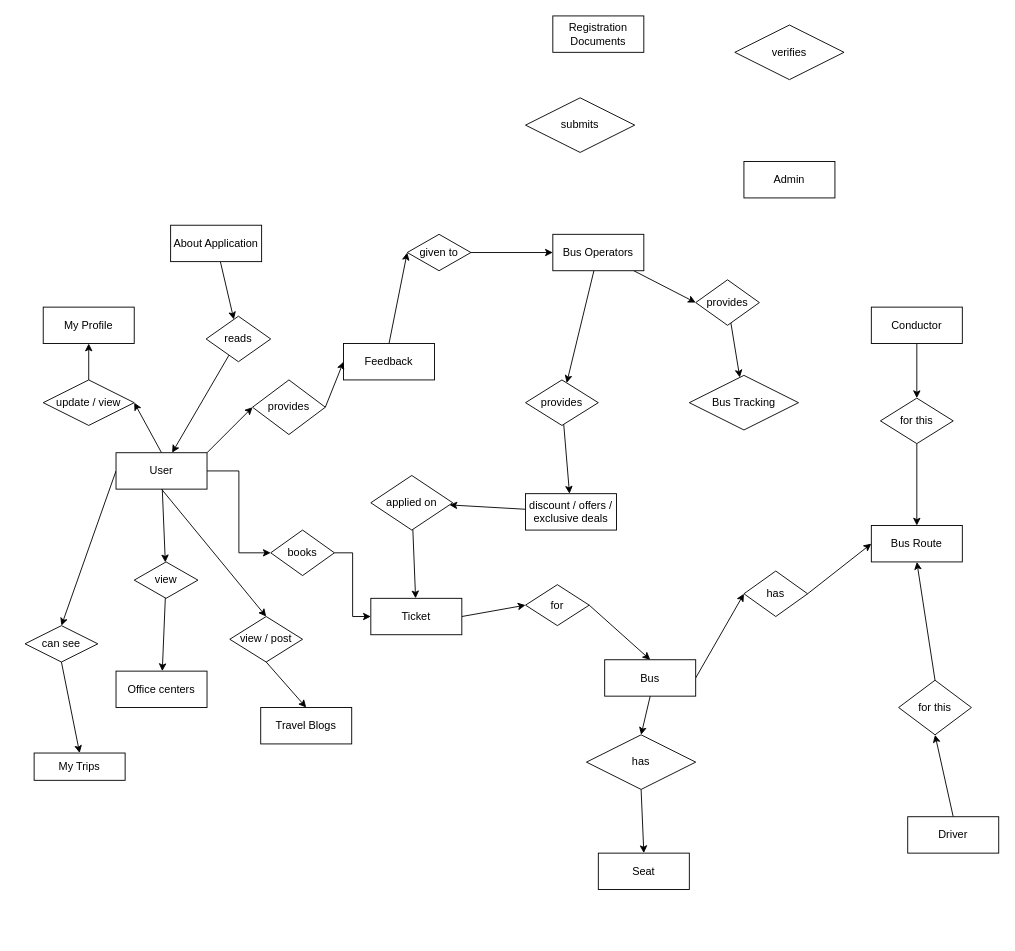
This is Assignment1B.drawio from ritu456286/DBMS, a draw.io file, before an edit. Source tidied: cells renumbered, new cells numbered last; positions are measured from the earlier drawing's top-left corner, leaving out a move shared by most shapes. Both pictures are drawn from the tidied source at 91%, with x=0, y=0 at pixel (25, 15).
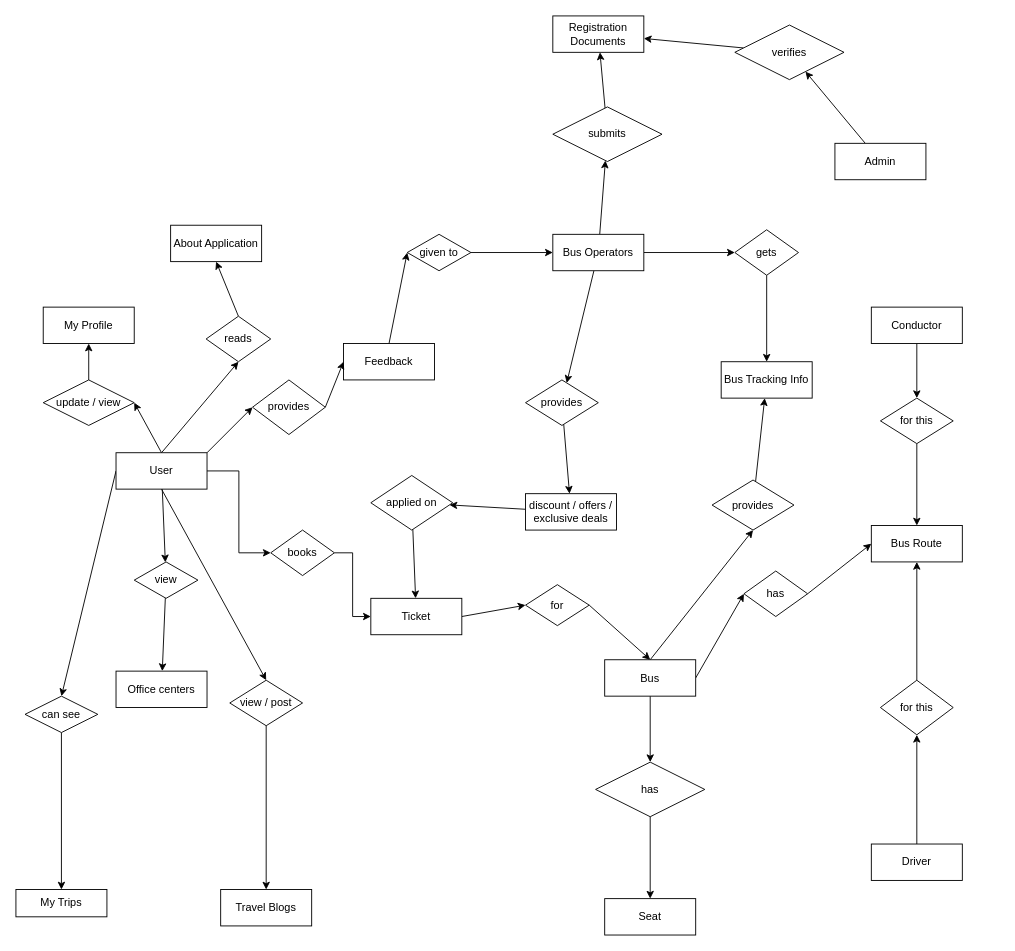
The same diagram, later.

Unchanged cells that the change refers to:
```xml
<mxCell id="8" value="User" style="whiteSpace=wrap;html=1;align=center;" parent="1" vertex="1">
  <mxGeometry x="100" y="480" width="100" height="40" as="geometry" />
</mxCell>
<mxCell id="13" value="About Application" style="whiteSpace=wrap;html=1;align=center;" parent="1" vertex="1">
  <mxGeometry x="160" y="230" width="100" height="40" as="geometry" />
</mxCell>
<mxCell id="18" value="Bus Operators" style="whiteSpace=wrap;html=1;align=center;" parent="1" vertex="1">
  <mxGeometry x="580" y="240" width="100" height="40" as="geometry" />
</mxCell>
<mxCell id="26" value="provides" style="shape=rhombus;perimeter=rhombusPerimeter;whiteSpace=wrap;html=1;align=center;" parent="1" vertex="1">
  <mxGeometry x="550" y="400" width="80" height="50" as="geometry" />
</mxCell>
<mxCell id="47" value="Bus" style="whiteSpace=wrap;html=1;align=center;" parent="1" vertex="1">
  <mxGeometry x="637" y="707.5" width="100" height="40" as="geometry" />
</mxCell>
<mxCell id="65" value="reads" style="shape=rhombus;perimeter=rhombusPerimeter;whiteSpace=wrap;html=1;align=center;" parent="1" vertex="1">
  <mxGeometry x="199" y="330" width="71" height="50" as="geometry" />
</mxCell>
<mxCell id="66" value="verifies" style="shape=rhombus;perimeter=rhombusPerimeter;whiteSpace=wrap;html=1;align=center;" parent="1" vertex="1">
  <mxGeometry x="780" y="10" width="120" height="60" as="geometry" />
</mxCell>
<mxCell id="68" value="Registration Documents" style="whiteSpace=wrap;html=1;align=center;" parent="1" vertex="1">
  <mxGeometry x="580" width="100" height="40" as="geometry" />
</mxCell>
```

Diff of the diagram source:
```diff
@@
+    <mxCell id="70" style="edgeStyle=none;rounded=0;jettySize=auto;html=1;exitX=0.5;exitY=0;exitDx=0;exitDy=0;entryX=0.5;entryY=1;entryDx=0;entryDy=0;" parent="1" edge="1" source="8" target="65">
+      <mxGeometry relative="1" as="geometry" />
+    </mxCell>
@@
     <mxCell id="11" value="My Trips" style="whiteSpace=wrap;html=1;align=center;" parent="1" vertex="1">
-      <mxGeometry x="10" y="810" width="100" height="30" as="geometry" />
+      <mxGeometry x="-10" y="960" width="100" height="30" as="geometry" />
     </mxCell>
-    <mxCell id="12" style="edgeStyle=none;rounded=0;jettySize=auto;html=1;" parent="1" edge="1" source="13" target="65">
-      <mxGeometry relative="1" as="geometry" />
-    </mxCell>
@@
+    <mxCell id="17" style="edgeStyle=none;rounded=0;jettySize=auto;html=1;" parent="1" edge="1" source="18" target="26">
+      <mxGeometry relative="1" as="geometry" />
+    </mxCell>
-    <mxCell id="16" style="edgeStyle=none;rounded=0;jettySize=auto;html=1;entryX=0;entryY=0.5;entryDx=0;entryDy=0;" parent="1" edge="1" source="18" target="44">
+    <mxCell id="16" style="edgeStyle=none;rounded=0;jettySize=auto;html=1;" parent="1" edge="1" source="18" target="44">
       <mxGeometry relative="1" as="geometry" />
     </mxCell>
-    <mxCell id="17" style="edgeStyle=none;rounded=0;jettySize=auto;html=1;" parent="1" edge="1" source="18" target="26">
-      <mxGeometry relative="1" as="geometry" />
-    </mxCell>
+    <mxCell id="71" style="edgeStyle=none;rounded=0;jettySize=auto;html=1;" parent="1" edge="1" source="18" target="69">
+      <mxGeometry relative="1" as="geometry" />
+    </mxCell>
@@
     <mxCell id="32" value="can see" style="shape=rhombus;perimeter=rhombusPerimeter;whiteSpace=wrap;html=1;align=center;" parent="1" vertex="1">
-      <mxGeometry y="670" width="80" height="40" as="geometry" />
+      <mxGeometry y="747.5" width="80" height="40" as="geometry" />
     </mxCell>
@@
     <mxCell id="39" value="Travel Blogs" style="whiteSpace=wrap;html=1;align=center;" parent="1" vertex="1">
-      <mxGeometry x="259" y="760" width="100" height="40" as="geometry" />
+      <mxGeometry x="215" y="960" width="100" height="40" as="geometry" />
     </mxCell>
@@
     <mxCell id="41" value="view / post" style="shape=rhombus;perimeter=rhombusPerimeter;whiteSpace=wrap;html=1;align=center;" parent="1" vertex="1">
-      <mxGeometry x="225" y="660" width="80" height="50" as="geometry" />
+      <mxGeometry x="225" y="730" width="80" height="50" as="geometry" />
     </mxCell>
-    <mxCell id="42" value="Bus Tracking" style="shape=rhombus;perimeter=rhombusPerimeter;whiteSpace=wrap;html=1;align=center;" parent="1" vertex="1">
-      <mxGeometry x="730" y="395" width="120" height="60" as="geometry" />
-    </mxCell>
-    <mxCell id="43" style="edgeStyle=none;rounded=0;jettySize=auto;html=1;" parent="1" edge="1" source="44" target="42">
-      <mxGeometry relative="1" as="geometry" />
-    </mxCell>
+    <mxCell id="72" style="edgeStyle=none;rounded=0;jettySize=auto;html=1;" parent="1" edge="1" source="44" target="80">
+      <mxGeometry relative="1" as="geometry" />
+    </mxCell>
-    <mxCell id="44" value="provides" style="shape=rhombus;perimeter=rhombusPerimeter;whiteSpace=wrap;html=1;align=center;" parent="1" vertex="1">
-      <mxGeometry x="737" y="290" width="70" height="50" as="geometry" />
+    <mxCell id="44" value="gets" style="shape=rhombus;perimeter=rhombusPerimeter;whiteSpace=wrap;html=1;align=center;" parent="1" vertex="1">
+      <mxGeometry x="780" y="235" width="70" height="50" as="geometry" />
     </mxCell>
@@
+    <mxCell id="73" style="edgeStyle=none;rounded=0;jettySize=auto;html=1;exitX=0.5;exitY=0;exitDx=0;exitDy=0;entryX=0.5;entryY=1;entryDx=0;entryDy=0;" parent="1" edge="1" source="47" target="79">
+      <mxGeometry relative="1" as="geometry" />
+    </mxCell>
@@
     <mxCell id="48" value="Seat" style="whiteSpace=wrap;html=1;align=center;" parent="1" vertex="1">
-      <mxGeometry x="630" y="920" width="100" height="40" as="geometry" />
+      <mxGeometry x="637" y="970" width="100" height="40" as="geometry" />
     </mxCell>
@@
     <mxCell id="51" value="has" style="shape=rhombus;perimeter=rhombusPerimeter;whiteSpace=wrap;html=1;align=center;" parent="1" vertex="1">
-      <mxGeometry x="617" y="790" width="120" height="60" as="geometry" />
+      <mxGeometry x="627" y="820" width="120" height="60" as="geometry" />
     </mxCell>
@@
     <mxCell id="53" value="Driver" style="whiteSpace=wrap;html=1;align=center;" parent="1" vertex="1">
-      <mxGeometry x="970" y="880" width="100" height="40" as="geometry" />
+      <mxGeometry x="930" y="910" width="100" height="40" as="geometry" />
     </mxCell>
@@
     <mxCell id="55" value="for this" style="shape=rhombus;perimeter=rhombusPerimeter;whiteSpace=wrap;html=1;align=center;" parent="1" vertex="1">
-      <mxGeometry x="960" y="730" width="80" height="60" as="geometry" />
+      <mxGeometry x="940" y="730" width="80" height="60" as="geometry" />
     </mxCell>
@@
-    <mxCell id="64" style="edgeStyle=none;rounded=0;jettySize=auto;html=1;" parent="1" edge="1" source="65" target="8">
-      <mxGeometry relative="1" as="geometry" />
-    </mxCell>
+    <mxCell id="74" style="edgeStyle=none;rounded=0;jettySize=auto;html=1;exitX=0.5;exitY=0;exitDx=0;exitDy=0;entryX=0.5;entryY=1;entryDx=0;entryDy=0;" parent="1" edge="1" source="65" target="13">
+      <mxGeometry relative="1" as="geometry" />
+    </mxCell>
@@
+    <mxCell id="75" style="edgeStyle=none;rounded=0;jettySize=auto;html=1;" parent="1" edge="1" source="66" target="68">
+      <mxGeometry relative="1" as="geometry" />
+    </mxCell>
@@
+    <mxCell id="76" style="edgeStyle=none;rounded=0;jettySize=auto;html=1;" parent="1" edge="1" source="67" target="66">
+      <mxGeometry relative="1" as="geometry" />
+    </mxCell>
     <mxCell id="67" value="Admin" style="whiteSpace=wrap;html=1;align=center;" parent="1" vertex="1">
-      <mxGeometry x="790" y="160" width="100" height="40" as="geometry" />
+      <mxGeometry x="890" y="140" width="100" height="40" as="geometry" />
     </mxCell>
@@
+    <mxCell id="77" style="edgeStyle=none;rounded=0;jettySize=auto;html=1;" parent="1" edge="1" source="69" target="68">
+      <mxGeometry relative="1" as="geometry" />
+    </mxCell>
     <mxCell id="69" value="submits" style="shape=rhombus;perimeter=rhombusPerimeter;whiteSpace=wrap;html=1;align=center;" parent="1" vertex="1">
-      <mxGeometry x="550" y="90" width="120" height="60" as="geometry" />
+      <mxGeometry x="580" y="100" width="120" height="60" as="geometry" />
     </mxCell>
+    <mxCell id="78" style="edgeStyle=none;rounded=0;jettySize=auto;html=1;" parent="1" edge="1" source="79" target="80">
+      <mxGeometry relative="1" as="geometry" />
+    </mxCell>
+    <mxCell id="79" value="provides" style="shape=rhombus;perimeter=rhombusPerimeter;whiteSpace=wrap;html=1;align=center;" parent="1" vertex="1">
+      <mxGeometry x="755" y="510" width="90" height="55" as="geometry" />
+    </mxCell>
+    <mxCell id="80" value="Bus Tracking Info" style="whiteSpace=wrap;html=1;align=center;" parent="1" vertex="1">
+      <mxGeometry x="765" y="380" width="100" height="40" as="geometry" />
+    </mxCell>
```
